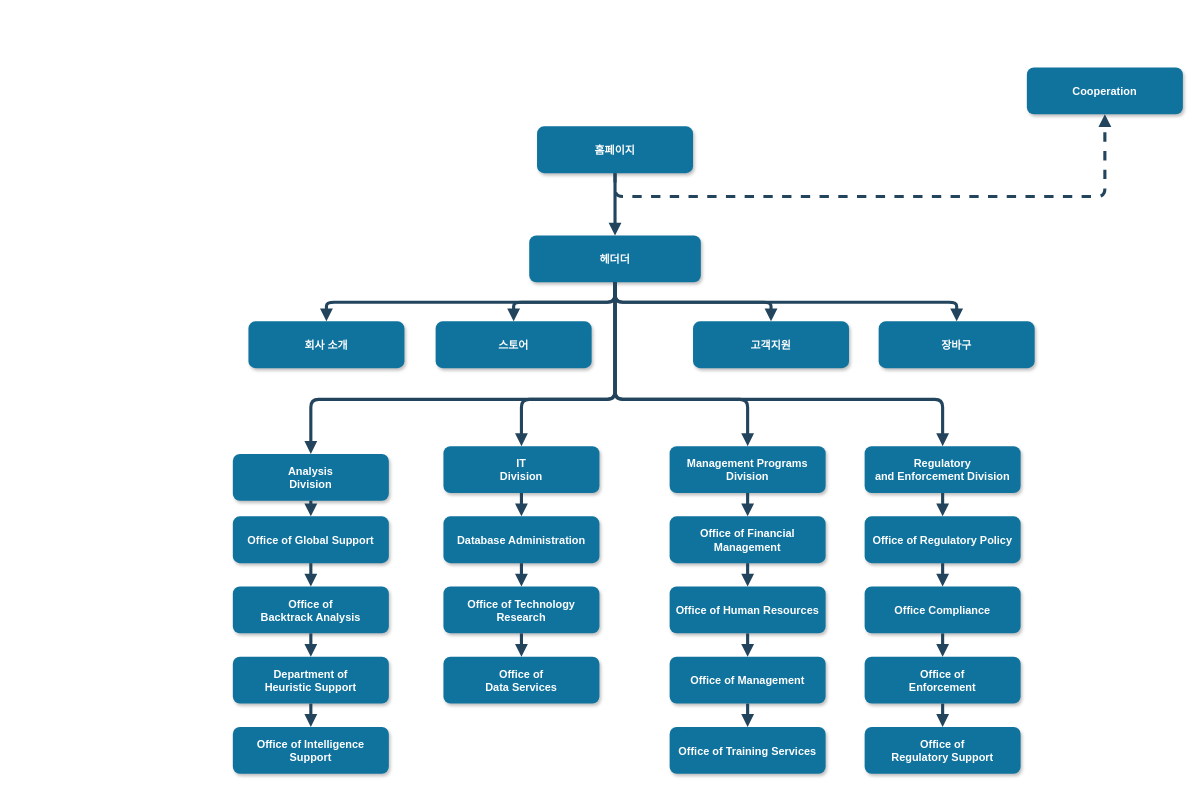
Above: 제목 없는 다이어그램.drawio in sam-from-korea/django_lec (draw.io), before the change. Source tidied: cells renumbered, new cells numbered last; positions are measured from the earlier drawing's top-left corner, leaving out a move shared by most shapes. Both pictures are drawn from the tidied source at 78%, with x=0, y=0 at pixel (232, 67).
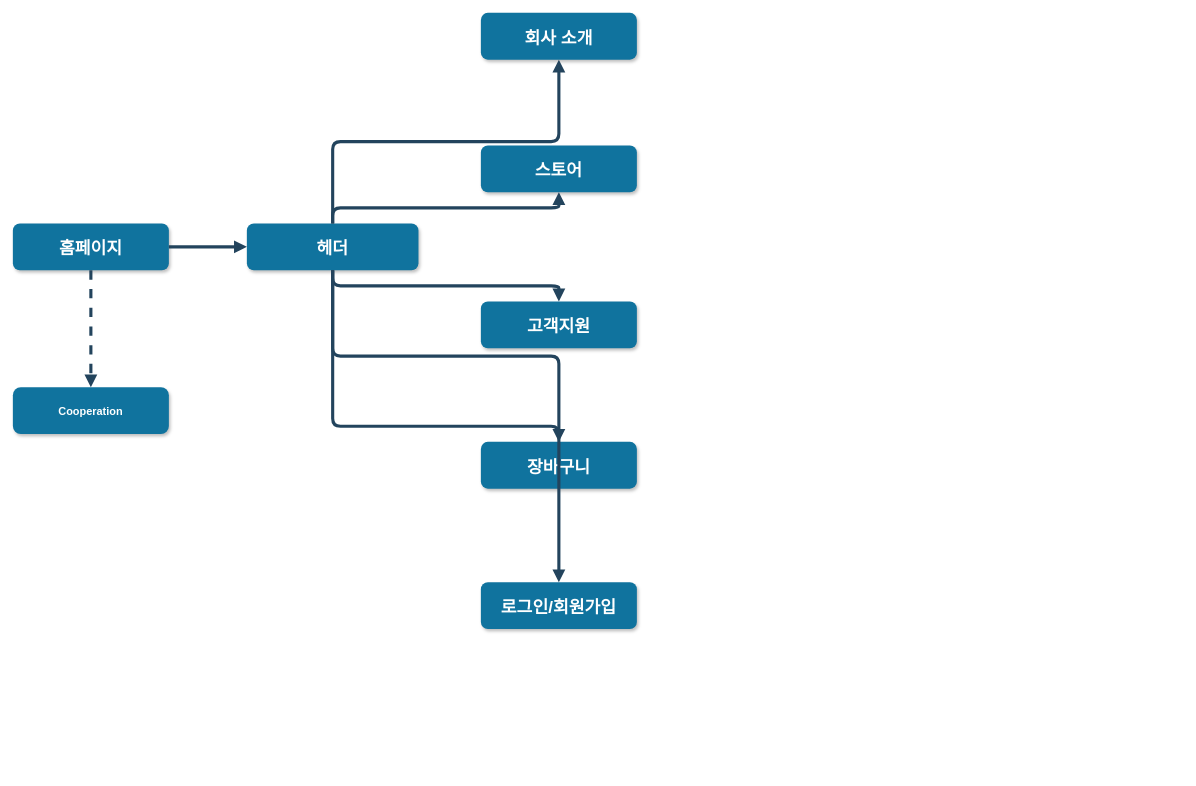
Above is the later version.

Commit message (it also covers changes not shown here):
제목 없는 다이어그램.drawio 업데이트

Diff of the diagram source:
```diff
@@
-    <mxCell id="2" value="홈페이지" style="rounded=1;fillColor=#10739E;strokeColor=none;shadow=1;gradientColor=none;fontStyle=1;fontColor=#FFFFFF;fontSize=14;" parent="1" vertex="1">
-      <mxGeometry x="390" y="75.5" width="200" height="60" as="geometry" />
+    <mxCell id="2" value="홈페이지" style="rounded=1;fillColor=#10739E;strokeColor=none;shadow=1;gradientColor=none;fontStyle=1;fontColor=#FFFFFF;fontSize=22;" parent="1" vertex="1">
+      <mxGeometry x="-282" y="200" width="200" height="60" as="geometry" />
     </mxCell>
-    <mxCell id="3" value="헤더더" style="rounded=1;fillColor=#10739E;strokeColor=none;shadow=1;gradientColor=none;fontStyle=1;fontColor=#FFFFFF;fontSize=14;" parent="1" vertex="1">
-      <mxGeometry x="380" y="215.5" width="220" height="60" as="geometry" />
+    <mxCell id="3" value="헤더" style="rounded=1;fillColor=#10739E;strokeColor=none;shadow=1;gradientColor=none;fontStyle=1;fontColor=#FFFFFF;fontSize=22;" parent="1" vertex="1">
+      <mxGeometry x="18" y="200" width="220" height="60" as="geometry" />
     </mxCell>
-    <mxCell id="4" value="회사 소개" style="rounded=1;fillColor=#10739E;strokeColor=none;shadow=1;gradientColor=none;fontStyle=1;fontColor=#FFFFFF;fontSize=14;" parent="1" vertex="1">
-      <mxGeometry x="20" y="325.5" width="200" height="60" as="geometry" />
+    <mxCell id="4" value="회사 소개" style="rounded=1;fillColor=#10739E;strokeColor=none;shadow=1;gradientColor=none;fontStyle=1;fontColor=#FFFFFF;fontSize=22;" parent="1" vertex="1">
+      <mxGeometry x="318" y="-70" width="200" height="60" as="geometry" />
     </mxCell>
-    <mxCell id="5" value="스토어" style="rounded=1;fillColor=#10739E;strokeColor=none;shadow=1;gradientColor=none;fontStyle=1;fontColor=#FFFFFF;fontSize=14;" parent="1" vertex="1">
-      <mxGeometry x="260" y="325.5" width="200" height="60" as="geometry" />
+    <mxCell id="5" value="스토어" style="rounded=1;fillColor=#10739E;strokeColor=none;shadow=1;gradientColor=none;fontStyle=1;fontColor=#FFFFFF;fontSize=22;" parent="1" vertex="1">
+      <mxGeometry x="318" y="100" width="200" height="60" as="geometry" />
     </mxCell>
-    <mxCell id="6" value="고객지원" style="rounded=1;fillColor=#10739E;strokeColor=none;shadow=1;gradientColor=none;fontStyle=1;fontColor=#FFFFFF;fontSize=14;" parent="1" vertex="1">
-      <mxGeometry x="590" y="325.5" width="200" height="60" as="geometry" />
+    <mxCell id="6" value="고객지원" style="rounded=1;fillColor=#10739E;strokeColor=none;shadow=1;gradientColor=none;fontStyle=1;fontColor=#FFFFFF;fontSize=22;" parent="1" vertex="1">
+      <mxGeometry x="318" y="300" width="200" height="60" as="geometry" />
     </mxCell>
-    <mxCell id="7" value="Cooperation" style="rounded=1;fillColor=#10739E;strokeColor=none;shadow=1;gradientColor=none;fontStyle=1;fontColor=#FFFFFF;fontSize=14;" parent="1" vertex="1">
-      <mxGeometry x="1018" width="200" height="60" as="geometry" />
+    <mxCell id="7" value="Cooperation" style="rounded=1;fillColor=#10739E;strokeColor=none;shadow=1;gradientColor=none;fontStyle=1;fontColor=#FFFFFF;fontSize=14;arcSize=17;" parent="1" vertex="1">
+      <mxGeometry x="-282" y="410" width="200" height="60" as="geometry" />
     </mxCell>
-    <mxCell id="8" value="Analysis &#10;Division" style="rounded=1;fillColor=#10739E;strokeColor=none;shadow=1;gradientColor=none;fontStyle=1;fontColor=#FFFFFF;fontSize=14;" parent="1" vertex="1">
-      <mxGeometry y="495.5" width="200" height="60" as="geometry" />
-    </mxCell>
-    <mxCell id="9" value="Office of Global Support" style="rounded=1;fillColor=#10739E;strokeColor=none;shadow=1;gradientColor=none;fontStyle=1;fontColor=#FFFFFF;fontSize=14;" parent="1" vertex="1">
-      <mxGeometry y="575.5" width="200" height="60" as="geometry" />
-    </mxCell>
-    <mxCell id="10" value="Office of &#10;Backtrack Analysis" style="rounded=1;fillColor=#10739E;strokeColor=none;shadow=1;gradientColor=none;fontStyle=1;fontColor=#FFFFFF;fontSize=14;" parent="1" vertex="1">
-      <mxGeometry y="665.5" width="200" height="60" as="geometry" />
-    </mxCell>
-    <mxCell id="11" value="Department of &#10;Heuristic Support" style="rounded=1;fillColor=#10739E;strokeColor=none;shadow=1;gradientColor=none;fontStyle=1;fontColor=#FFFFFF;fontSize=14;" parent="1" vertex="1">
-      <mxGeometry y="755.5" width="200" height="60" as="geometry" />
-    </mxCell>
-    <mxCell id="12" value="Office of Intelligence &#10;Support" style="rounded=1;fillColor=#10739E;strokeColor=none;shadow=1;gradientColor=none;fontStyle=1;fontColor=#FFFFFF;fontSize=14;" parent="1" vertex="1">
-      <mxGeometry y="845.5" width="200" height="60" as="geometry" />
-    </mxCell>
-    <mxCell id="13" value="IT&#10;Division" style="rounded=1;fillColor=#10739E;strokeColor=none;shadow=1;gradientColor=none;fontStyle=1;fontColor=#FFFFFF;fontSize=14;" parent="1" vertex="1">
-      <mxGeometry x="270" y="485.5" width="200" height="60" as="geometry" />
-    </mxCell>
-    <mxCell id="14" value="Database Administration" style="rounded=1;fillColor=#10739E;strokeColor=none;shadow=1;gradientColor=none;fontStyle=1;fontColor=#FFFFFF;fontSize=14;" parent="1" vertex="1">
-      <mxGeometry x="270" y="575.5" width="200" height="60" as="geometry" />
-    </mxCell>
-    <mxCell id="15" value="Office of Technology &#10;Research" style="rounded=1;fillColor=#10739E;strokeColor=none;shadow=1;gradientColor=none;fontStyle=1;fontColor=#FFFFFF;fontSize=14;" parent="1" vertex="1">
-      <mxGeometry x="270" y="665.5" width="200" height="60" as="geometry" />
-    </mxCell>
-    <mxCell id="16" value="Office of&#10;Data Services" style="rounded=1;fillColor=#10739E;strokeColor=none;shadow=1;gradientColor=none;fontStyle=1;fontColor=#FFFFFF;fontSize=14;" parent="1" vertex="1">
-      <mxGeometry x="270" y="755.5" width="200" height="60" as="geometry" />
-    </mxCell>
-    <mxCell id="17" value="Management Programs &#10;Division" style="rounded=1;fillColor=#10739E;strokeColor=none;shadow=1;gradientColor=none;fontStyle=1;fontColor=#FFFFFF;fontSize=14;" parent="1" vertex="1">
-      <mxGeometry x="560" y="485.5" width="200" height="60" as="geometry" />
-    </mxCell>
-    <mxCell id="18" value="Office of Financial &#10;Management" style="rounded=1;fillColor=#10739E;strokeColor=none;shadow=1;gradientColor=none;fontStyle=1;fontColor=#FFFFFF;fontSize=14;" parent="1" vertex="1">
-      <mxGeometry x="560" y="575.5" width="200" height="60" as="geometry" />
-    </mxCell>
-    <mxCell id="19" value="Office of Human Resources" style="rounded=1;fillColor=#10739E;strokeColor=none;shadow=1;gradientColor=none;fontStyle=1;fontColor=#FFFFFF;fontSize=14;" parent="1" vertex="1">
-      <mxGeometry x="560" y="665.5" width="200" height="60" as="geometry" />
-    </mxCell>
-    <mxCell id="20" value="Office of Management " style="rounded=1;fillColor=#10739E;strokeColor=none;shadow=1;gradientColor=none;fontStyle=1;fontColor=#FFFFFF;fontSize=14;" parent="1" vertex="1">
-      <mxGeometry x="560" y="755.5" width="200" height="60" as="geometry" />
-    </mxCell>
-    <mxCell id="21" value="Office of Training Services" style="rounded=1;fillColor=#10739E;strokeColor=none;shadow=1;gradientColor=none;fontStyle=1;fontColor=#FFFFFF;fontSize=14;" parent="1" vertex="1">
-      <mxGeometry x="560" y="845.5" width="200" height="60" as="geometry" />
-    </mxCell>
-    <mxCell id="22" value="Regulatory &#10;and Enforcement Division" style="rounded=1;fillColor=#10739E;strokeColor=none;shadow=1;gradientColor=none;fontStyle=1;fontColor=#FFFFFF;fontSize=14;" parent="1" vertex="1">
-      <mxGeometry x="810" y="485.5" width="200" height="60" as="geometry" />
-    </mxCell>
-    <mxCell id="23" value="Office of Regulatory Policy" style="rounded=1;fillColor=#10739E;strokeColor=none;shadow=1;gradientColor=none;fontStyle=1;fontColor=#FFFFFF;fontSize=14;" parent="1" vertex="1">
-      <mxGeometry x="810" y="575.5" width="200" height="60" as="geometry" />
-    </mxCell>
-    <mxCell id="24" value="Office Compliance" style="rounded=1;fillColor=#10739E;strokeColor=none;shadow=1;gradientColor=none;fontStyle=1;fontColor=#FFFFFF;fontSize=14;" parent="1" vertex="1">
-      <mxGeometry x="810" y="665.5" width="200" height="60" as="geometry" />
-    </mxCell>
-    <mxCell id="25" value="Office of &#10;Enforcement" style="rounded=1;fillColor=#10739E;strokeColor=none;shadow=1;gradientColor=none;fontStyle=1;fontColor=#FFFFFF;fontSize=14;" parent="1" vertex="1">
-      <mxGeometry x="810" y="755.5" width="200" height="60" as="geometry" />
-    </mxCell>
-    <mxCell id="26" value="Office of&#10; Regulatory Support" style="rounded=1;fillColor=#10739E;strokeColor=none;shadow=1;gradientColor=none;fontStyle=1;fontColor=#FFFFFF;fontSize=14;" parent="1" vertex="1">
-      <mxGeometry x="810" y="845.5" width="200" height="60" as="geometry" />
-    </mxCell>
-    <mxCell id="27" style="edgeStyle=elbowEdgeStyle;elbow=vertical;strokeWidth=4;endArrow=block;endFill=1;fontStyle=1;strokeColor=#23445D;" parent="1" edge="1" source="2" target="3">
+    <mxCell id="27" style="edgeStyle=elbowEdgeStyle;elbow=vertical;strokeWidth=4;endArrow=block;endFill=1;fontStyle=1;strokeColor=#23445D;fontSize=22;" parent="1" edge="1" source="2" target="3">
       <mxGeometry x="22" y="165.5" as="geometry" />
     </mxCell>
-    <mxCell id="28" style="edgeStyle=elbowEdgeStyle;elbow=vertical;strokeWidth=4;endArrow=block;endFill=1;fontStyle=1;strokeColor=#23445D;" parent="1" edge="1" source="3" target="5">
+    <mxCell id="28" style="edgeStyle=elbowEdgeStyle;elbow=vertical;strokeWidth=4;endArrow=block;endFill=1;fontStyle=1;strokeColor=#23445D;fontSize=22;" parent="1" edge="1" source="3" target="5">
       <mxGeometry x="22" y="165.5" as="geometry" />
     </mxCell>
-    <mxCell id="29" style="edgeStyle=elbowEdgeStyle;elbow=vertical;strokeWidth=4;endArrow=block;endFill=1;fontStyle=1;strokeColor=#23445D;" parent="1" edge="1" source="3" target="4">
+    <mxCell id="29" style="edgeStyle=elbowEdgeStyle;elbow=vertical;strokeWidth=4;endArrow=block;endFill=1;fontStyle=1;strokeColor=#23445D;fontSize=22;" parent="1" edge="1" source="3" target="4">
       <mxGeometry x="22" y="165.5" as="geometry" />
     </mxCell>
-    <mxCell id="30" style="edgeStyle=elbowEdgeStyle;elbow=vertical;strokeWidth=4;endArrow=block;endFill=1;fontStyle=1;strokeColor=#23445D;" parent="1" edge="1" source="3" target="6">
+    <mxCell id="30" style="edgeStyle=elbowEdgeStyle;elbow=vertical;strokeWidth=4;endArrow=block;endFill=1;fontStyle=1;strokeColor=#23445D;fontSize=22;" parent="1" edge="1" source="3" target="6">
       <mxGeometry x="22" y="165.5" as="geometry" />
     </mxCell>
-    <mxCell id="31" style="edgeStyle=elbowEdgeStyle;elbow=vertical;strokeWidth=4;endArrow=block;endFill=1;fontStyle=1;dashed=1;strokeColor=#23445D;" parent="1" edge="1" source="2" target="7">
+    <mxCell id="31" style="edgeStyle=elbowEdgeStyle;elbow=vertical;strokeWidth=4;endArrow=block;endFill=1;fontStyle=1;dashed=1;strokeColor=#23445D;exitX=0.5;exitY=1;exitDx=0;exitDy=0;entryX=0.5;entryY=0;entryDx=0;entryDy=0;fontSize=22;" parent="1" edge="1" source="2" target="7">
       <mxGeometry x="22" y="165.5" as="geometry">
         <Array as="points">
-          <mxPoint x="780" y="165.5" />
+          <mxPoint x="-162" y="330" />
         </Array>
       </mxGeometry>
     </mxCell>
-    <mxCell id="32" style="edgeStyle=elbowEdgeStyle;elbow=vertical;strokeWidth=4;endArrow=block;endFill=1;fontStyle=1;strokeColor=#23445D;" parent="1" edge="1" source="3" target="8">
-      <mxGeometry x="22" y="165.5" as="geometry">
-        <Array as="points">
-          <mxPoint x="270" y="425.5" />
-        </Array>
-      </mxGeometry>
-    </mxCell>
-    <mxCell id="33" style="edgeStyle=elbowEdgeStyle;elbow=vertical;strokeWidth=4;endArrow=block;endFill=1;fontStyle=1;strokeColor=#23445D;" parent="1" edge="1" source="3" target="22">
-      <mxGeometry x="22" y="165.5" as="geometry">
-        <Array as="points">
-          <mxPoint x="690" y="425.5" />
-        </Array>
-      </mxGeometry>
-    </mxCell>
-    <mxCell id="34" style="edgeStyle=elbowEdgeStyle;elbow=vertical;strokeWidth=4;endArrow=block;endFill=1;fontStyle=1;strokeColor=#23445D;" parent="1" edge="1" source="8" target="9">
-      <mxGeometry x="62" y="165.5" as="geometry" />
-    </mxCell>
-    <mxCell id="35" style="edgeStyle=elbowEdgeStyle;elbow=vertical;strokeWidth=4;endArrow=block;endFill=1;fontStyle=1;strokeColor=#23445D;" parent="1" edge="1" source="9" target="10">
-      <mxGeometry x="62" y="175.5" as="geometry" />
-    </mxCell>
-    <mxCell id="36" style="edgeStyle=elbowEdgeStyle;elbow=vertical;strokeWidth=4;endArrow=block;endFill=1;fontStyle=1;strokeColor=#23445D;" parent="1" edge="1" source="10" target="11">
-      <mxGeometry x="62" y="185.5" as="geometry" />
-    </mxCell>
-    <mxCell id="37" style="edgeStyle=elbowEdgeStyle;elbow=vertical;strokeWidth=4;endArrow=block;endFill=1;fontStyle=1;strokeColor=#23445D;" parent="1" edge="1" source="11" target="12">
-      <mxGeometry x="62" y="195.5" as="geometry" />
-    </mxCell>
-    <mxCell id="38" style="edgeStyle=elbowEdgeStyle;elbow=vertical;strokeWidth=4;endArrow=block;endFill=1;fontStyle=1;strokeColor=#23445D;" parent="1" edge="1" source="13" target="14">
-      <mxGeometry x="62" y="165.5" as="geometry" />
-    </mxCell>
-    <mxCell id="39" style="edgeStyle=elbowEdgeStyle;elbow=vertical;strokeWidth=4;endArrow=block;endFill=1;fontStyle=1;strokeColor=#23445D;" parent="1" edge="1" source="14" target="15">
-      <mxGeometry x="62" y="175.5" as="geometry" />
-    </mxCell>
-    <mxCell id="40" style="edgeStyle=elbowEdgeStyle;elbow=vertical;strokeWidth=4;endArrow=block;endFill=1;fontStyle=1;strokeColor=#23445D;" parent="1" edge="1" source="15" target="16">
-      <mxGeometry x="62" y="185.5" as="geometry" />
-    </mxCell>
-    <mxCell id="41" style="edgeStyle=elbowEdgeStyle;elbow=vertical;strokeWidth=4;endArrow=block;endFill=1;fontStyle=1;strokeColor=#23445D;" parent="1" edge="1" source="17" target="18">
-      <mxGeometry x="72" y="165.5" as="geometry" />
-    </mxCell>
-    <mxCell id="42" style="edgeStyle=elbowEdgeStyle;elbow=vertical;strokeWidth=4;endArrow=block;endFill=1;fontStyle=1;strokeColor=#23445D;" parent="1" edge="1" source="18" target="19">
-      <mxGeometry x="72" y="175.5" as="geometry" />
-    </mxCell>
-    <mxCell id="43" style="edgeStyle=elbowEdgeStyle;elbow=vertical;strokeWidth=4;endArrow=block;endFill=1;fontStyle=1;strokeColor=#23445D;" parent="1" edge="1" source="19" target="20">
-      <mxGeometry x="72" y="185.5" as="geometry" />
-    </mxCell>
-    <mxCell id="44" style="edgeStyle=elbowEdgeStyle;elbow=vertical;strokeWidth=4;endArrow=block;endFill=1;fontStyle=1;strokeColor=#23445D;" parent="1" edge="1" source="20" target="21">
-      <mxGeometry x="72" y="195.5" as="geometry" />
-    </mxCell>
-    <mxCell id="45" style="edgeStyle=elbowEdgeStyle;elbow=vertical;strokeWidth=4;endArrow=block;endFill=1;fontStyle=1;strokeColor=#23445D;" parent="1" edge="1" source="22" target="23">
-      <mxGeometry x="72" y="165.5" as="geometry" />
-    </mxCell>
-    <mxCell id="46" style="edgeStyle=elbowEdgeStyle;elbow=vertical;strokeWidth=4;endArrow=block;endFill=1;fontStyle=1;strokeColor=#23445D;" parent="1" edge="1" source="23" target="24">
-      <mxGeometry x="72" y="175.5" as="geometry" />
-    </mxCell>
-    <mxCell id="47" style="edgeStyle=elbowEdgeStyle;elbow=vertical;strokeWidth=4;endArrow=block;endFill=1;fontStyle=1;strokeColor=#23445D;" parent="1" edge="1" source="24" target="25">
-      <mxGeometry x="72" y="185.5" as="geometry" />
-    </mxCell>
-    <mxCell id="48" style="edgeStyle=elbowEdgeStyle;elbow=vertical;strokeWidth=4;endArrow=block;endFill=1;fontStyle=1;strokeColor=#23445D;" parent="1" edge="1" source="25" target="26">
-      <mxGeometry x="72" y="195.5" as="geometry" />
-    </mxCell>
-    <mxCell id="49" style="edgeStyle=elbowEdgeStyle;elbow=vertical;strokeWidth=4;endArrow=block;endFill=1;fontStyle=1;strokeColor=#23445D;" parent="1" edge="1" source="3" target="13">
-      <mxGeometry x="22" y="165.5" as="geometry">
-        <Array as="points">
-          <mxPoint x="370" y="425.5" />
-        </Array>
-      </mxGeometry>
-    </mxCell>
-    <mxCell id="50" style="edgeStyle=elbowEdgeStyle;elbow=vertical;strokeWidth=4;endArrow=block;endFill=1;fontStyle=1;strokeColor=#23445D;" parent="1" edge="1" source="3" target="17">
-      <mxGeometry x="22" y="165.5" as="geometry">
-        <Array as="points">
-          <mxPoint x="660" y="425.5" />
-        </Array>
-      </mxGeometry>
-    </mxCell>
-    <mxCell id="51" value="장바구" style="rounded=1;fillColor=#10739E;strokeColor=none;shadow=1;gradientColor=none;fontStyle=1;fontColor=#FFFFFF;fontSize=14;" parent="1" vertex="1">
-      <mxGeometry x="828" y="325.5" width="200" height="60" as="geometry" />
+    <mxCell id="51" value="장바구니" style="rounded=1;fillColor=#10739E;strokeColor=none;shadow=1;gradientColor=none;fontStyle=1;fontColor=#FFFFFF;fontSize=22;" parent="1" vertex="1">
+      <mxGeometry x="318" y="480" width="200" height="60" as="geometry" />
     </mxCell>
-    <mxCell id="52" style="edgeStyle=elbowEdgeStyle;elbow=vertical;strokeWidth=4;endArrow=block;endFill=1;fontStyle=1;strokeColor=#23445D;exitX=0.5;exitY=1;exitDx=0;exitDy=0;entryX=0.5;entryY=0;entryDx=0;entryDy=0;" parent="1" edge="1" source="3" target="51">
+    <mxCell id="52" style="edgeStyle=elbowEdgeStyle;elbow=vertical;strokeWidth=4;endArrow=block;endFill=1;fontStyle=1;strokeColor=#23445D;exitX=0.5;exitY=1;exitDx=0;exitDy=0;entryX=0.5;entryY=0;entryDx=0;entryDy=0;fontSize=22;" parent="1" edge="1" source="3" target="51">
       <mxGeometry x="22" y="165.5" as="geometry" />
     </mxCell>
+    <mxCell id="53" value="로그인/회원가입" style="rounded=1;fillColor=#10739E;strokeColor=none;shadow=1;gradientColor=none;fontStyle=1;fontColor=#FFFFFF;fontSize=22;" parent="1" vertex="1">
+      <mxGeometry x="318" y="660" width="200" height="60" as="geometry" />
+    </mxCell>
+    <mxCell id="54" style="edgeStyle=elbowEdgeStyle;elbow=vertical;strokeWidth=4;endArrow=block;endFill=1;fontStyle=1;strokeColor=#23445D;entryX=0.5;entryY=0;entryDx=0;entryDy=0;exitX=0.5;exitY=1;exitDx=0;exitDy=0;fontSize=22;" parent="1" edge="1" source="3" target="53">
+      <mxGeometry x="22" y="165.5" as="geometry" />
+    </mxCell>
```
